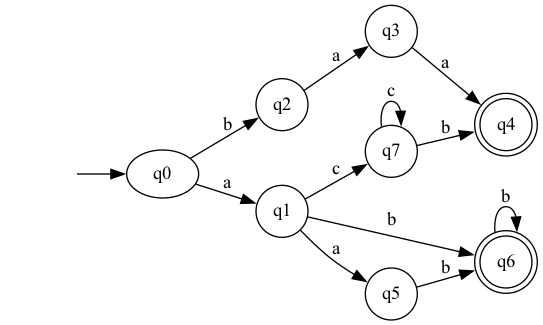
The Graphviz diagram DFA MINIMIZED subsets.gv.png in oscarparedez/compiler-project-1, before a commit. Its source is kept beside it as DFA MINIMIZED subsets.gv.
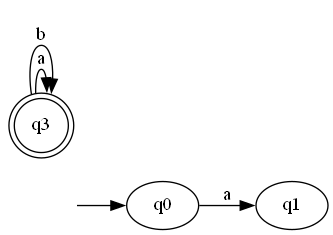
After the change.

Diff of the diagram source:
```diff
@@ -1,23 +1,9 @@
 digraph "DFA MINIMIZED subsets" {
 	graph [rankdir=LR]
 	"" [label="" shape=plaintext]
-	q4 [label=q4 shape=doublecircle]
-	q6 [label=q6 shape=doublecircle]
-	q5 [label=q5 shape=circle]
-	q2 [label=q2 shape=circle]
-	q7 [label=q7 shape=circle]
-	q1 [label=q1 shape=circle]
-	q3 [label=q3 shape=circle]
+	q3 [label=q3 shape=doublecircle]
 	"" -> q0 [label=""]
 	q0 -> q1 [label=a]
-	q0 -> q2 [label=b]
-	q2 -> q3 [label=a]
-	q3 -> q4 [label=a]
-	q1 -> q5 [label=a]
-	q1 -> q6 [label=b]
-	q1 -> q7 [label=c]
-	q7 -> q4 [label=b]
-	q7 -> q7 [label=c]
-	q5 -> q6 [label=b]
-	q6 -> q6 [label=b]
+	q3 -> q3 [label=a]
+	q3 -> q3 [label=b]
 }
```
